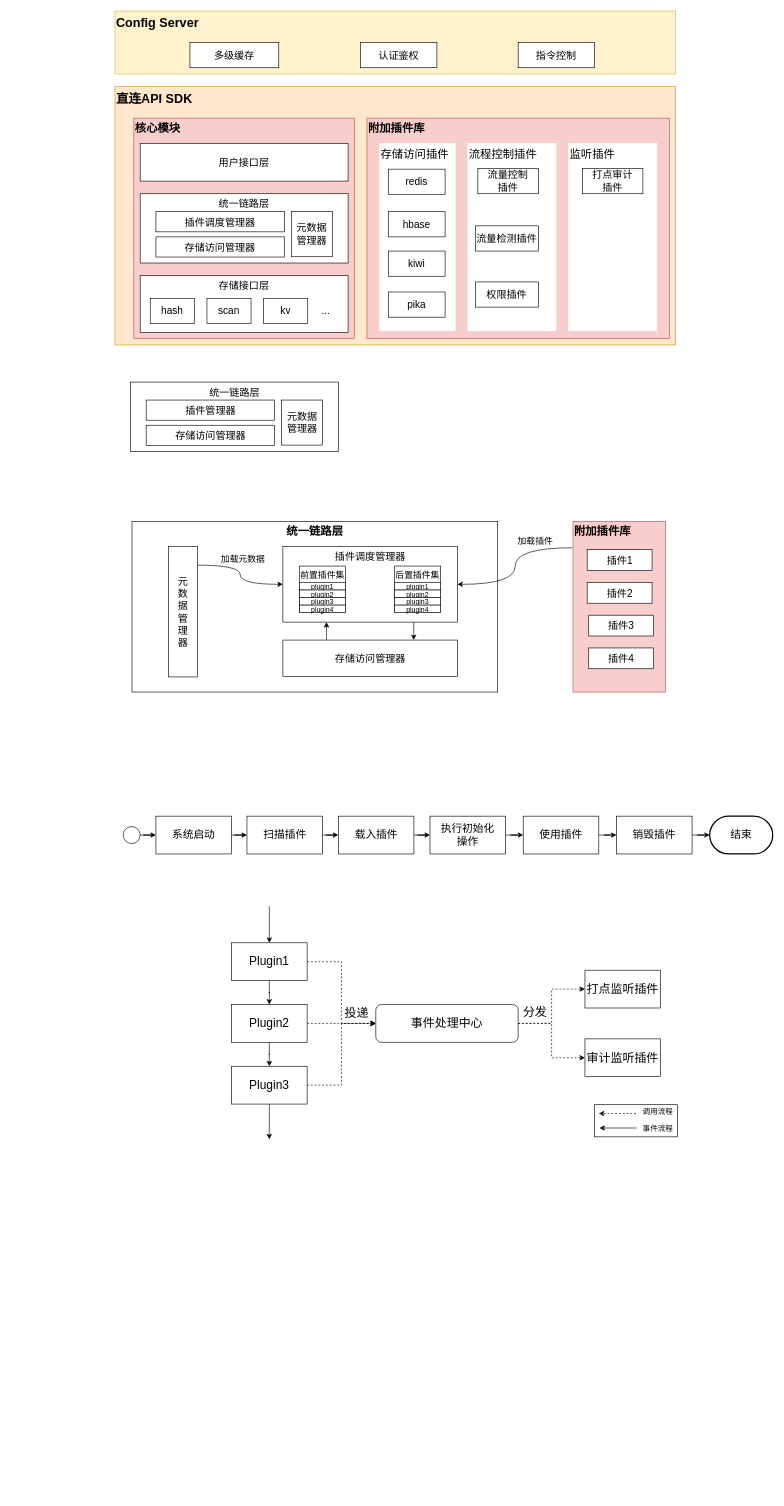
Above: 多模块设计.drawio in FlyThroughAir/DrawHere (draw.io), before the change. Source tidied: cells renumbered, new cells numbered last; positions are measured from the earlier drawing's top-left corner, leaving out a move shared by most shapes. Both pictures are drawn from the tidied source at 63%, with x=0, y=0 at pixel (115, 11).
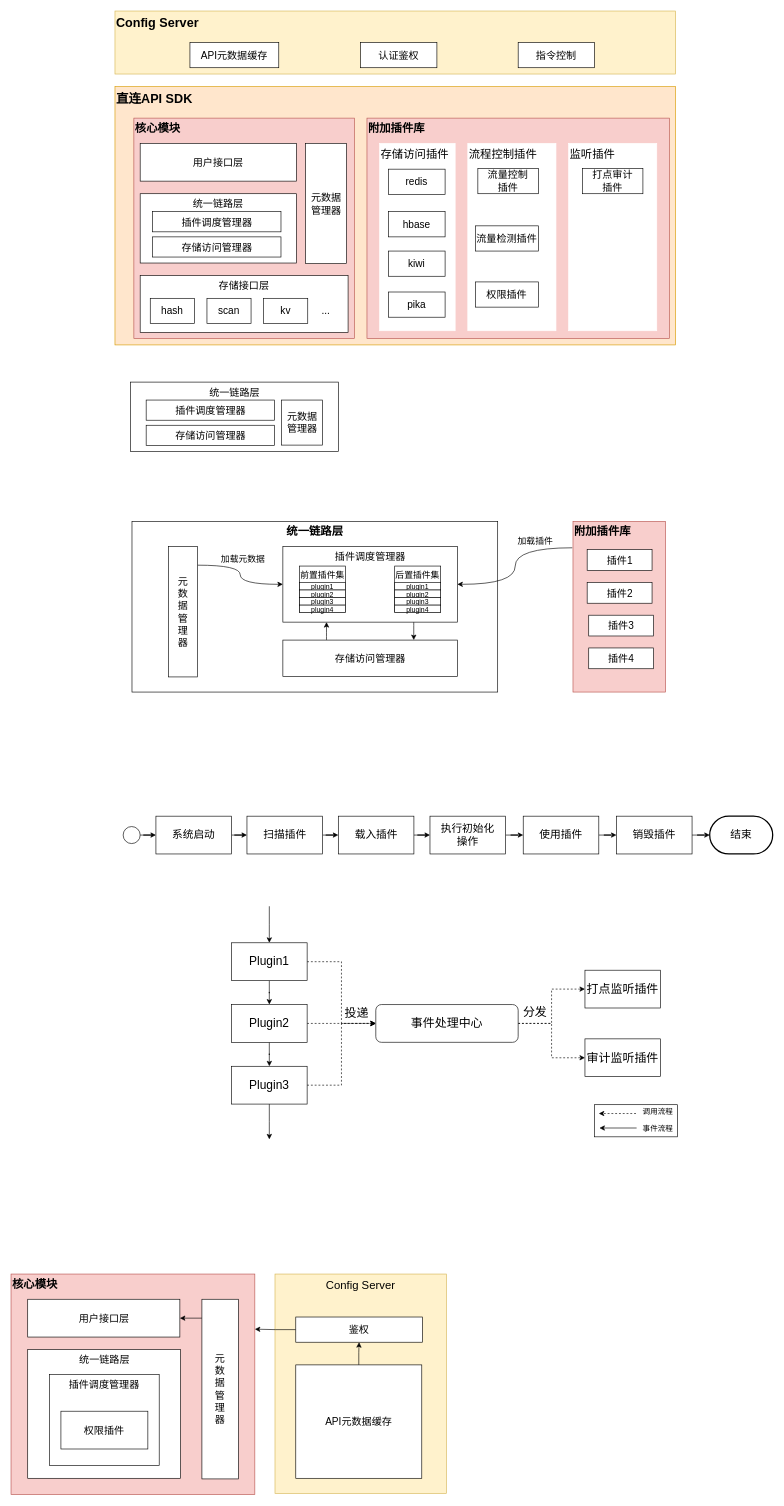
Above is the later version.

Commit message:
Update 多模块设计.drawio

Diff of the diagram source:
```diff
@@
     <mxCell id="5" value="统一链路层" style="rounded=0;whiteSpace=wrap;html=1;verticalAlign=top;fontSize=16;" parent="1" vertex="1">
-      <mxGeometry x="40" y="290" width="330" height="110" as="geometry" />
+      <mxGeometry x="40" y="290" width="248" height="110" as="geometry" />
     </mxCell>
@@
     <mxCell id="7" value="存储访问管理器" style="rounded=0;whiteSpace=wrap;html=1;fontSize=16;" parent="1" vertex="1">
-      <mxGeometry x="65" y="358.5" width="204" height="32" as="geometry" />
+      <mxGeometry x="59.5" y="358.5" width="204" height="32" as="geometry" />
     </mxCell>
     <mxCell id="8" value="用户接口层" style="rounded=0;whiteSpace=wrap;html=1;fontSize=16;" parent="1" vertex="1">
-      <mxGeometry x="40" y="210" width="330" height="60" as="geometry" />
+      <mxGeometry x="40" y="210" width="248" height="60" as="geometry" />
     </mxCell>
@@
     <mxCell id="21" value="插件调度管理器" style="rounded=0;whiteSpace=wrap;html=1;fontSize=16;" parent="1" vertex="1">
-      <mxGeometry x="65" y="318.5" width="204" height="32" as="geometry" />
+      <mxGeometry x="59.5" y="318.5" width="204" height="32" as="geometry" />
     </mxCell>
     <mxCell id="22" value="元数据&lt;br&gt;管理器" style="rounded=0;whiteSpace=wrap;html=1;fontSize=16;" parent="1" vertex="1">
-      <mxGeometry x="280" y="318.5" width="65" height="71.5" as="geometry" />
+      <mxGeometry x="302.5" y="210" width="65" height="191" as="geometry" />
     </mxCell>
@@
-    <mxCell id="27" value="多级缓存" style="rounded=0;whiteSpace=wrap;html=1;fontSize=16;" parent="1" vertex="1">
+    <mxCell id="27" value="API元数据缓存" style="rounded=0;whiteSpace=wrap;html=1;fontSize=16;" parent="1" vertex="1">
       <mxGeometry x="119" y="50" width="141" height="40" as="geometry" />
     </mxCell>
@@
-    <mxCell id="32" value="插件管理器" style="rounded=0;whiteSpace=wrap;html=1;fontSize=16;" parent="1" vertex="1">
+    <mxCell id="32" value="插件调度管理器" style="rounded=0;whiteSpace=wrap;html=1;fontSize=16;" parent="1" vertex="1">
       <mxGeometry x="49.5" y="617.5" width="204" height="32" as="geometry" />
     </mxCell>
@@
+    <mxCell id="96" value="&lt;font style=&quot;font-size: 18px&quot;&gt;Config Server&lt;/font&gt;" style="rounded=0;whiteSpace=wrap;html=1;fontSize=19;verticalAlign=top;fillColor=#fff2cc;strokeColor=#d6b656;" parent="1" vertex="1">
+      <mxGeometry x="254" y="2004.8" width="272" height="348.2" as="geometry" />
+    </mxCell>
+    <mxCell id="97" style="edgeStyle=orthogonalEdgeStyle;rounded=0;jettySize=auto;html=1;entryX=1;entryY=0.25;entryDx=0;entryDy=0;fontSize=18;startArrow=none;startFill=0;endArrow=classic;endFill=1;" parent="1" edge="1" source="98" target="101">
+      <mxGeometry relative="1" as="geometry" />
+    </mxCell>
+    <mxCell id="98" value="&lt;font style=&quot;font-size: 16px&quot;&gt;鉴权&lt;/font&gt;" style="rounded=0;whiteSpace=wrap;html=1;fontSize=19;" parent="1" vertex="1">
+      <mxGeometry x="287" y="2073" width="201" height="40" as="geometry" />
+    </mxCell>
+    <mxCell id="99" style="edgeStyle=orthogonalEdgeStyle;rounded=0;jettySize=auto;html=1;fontSize=18;startArrow=none;startFill=0;endArrow=classic;endFill=1;" parent="1" edge="1" source="100" target="98">
+      <mxGeometry relative="1" as="geometry" />
+    </mxCell>
+    <mxCell id="100" value="&lt;span style=&quot;font-size: 16px&quot;&gt;API元数据缓存&lt;/span&gt;" style="rounded=0;whiteSpace=wrap;html=1;fontSize=19;" parent="1" vertex="1">
+      <mxGeometry x="287" y="2149" width="200" height="180" as="geometry" />
+    </mxCell>
+    <mxCell id="101" value="核心模块" style="rounded=0;whiteSpace=wrap;html=1;verticalAlign=top;align=left;fontSize=18;fontStyle=1;fillColor=#f8cecc;strokeColor=#b85450;" parent="1" vertex="1">
+      <mxGeometry x="-165" y="2004.8" width="387" height="350" as="geometry" />
+    </mxCell>
+    <mxCell id="102" value="统一链路层" style="rounded=0;whiteSpace=wrap;html=1;verticalAlign=top;fontSize=16;" parent="1" vertex="1">
+      <mxGeometry x="-138.5" y="2124.8" width="242.5" height="204.2" as="geometry" />
+    </mxCell>
+    <mxCell id="103" value="用户接口层" style="rounded=0;whiteSpace=wrap;html=1;fontSize=16;" parent="1" vertex="1">
+      <mxGeometry x="-138.5" y="2044.8" width="241.5" height="60" as="geometry" />
+    </mxCell>
+    <mxCell id="104" style="edgeStyle=orthogonalEdgeStyle;rounded=0;jettySize=auto;html=1;entryX=1;entryY=0.5;entryDx=0;entryDy=0;fontSize=16;startArrow=none;startFill=0;endArrow=classic;endFill=1;" parent="1" edge="1" source="105" target="103">
+      <mxGeometry relative="1" as="geometry">
+        <Array as="points">
+          <mxPoint x="139" y="2075" />
+          <mxPoint x="139" y="2075" />
+        </Array>
+      </mxGeometry>
+    </mxCell>
+    <mxCell id="105" value="&lt;font style=&quot;font-size: 16px;&quot;&gt;元&lt;br style=&quot;font-size: 16px;&quot;&gt;数&lt;br style=&quot;font-size: 16px;&quot;&gt;据&lt;br style=&quot;font-size: 16px;&quot;&gt;管&lt;br style=&quot;font-size: 16px;&quot;&gt;理&lt;br style=&quot;font-size: 16px;&quot;&gt;器&lt;/font&gt;" style="rounded=0;whiteSpace=wrap;html=1;fontSize=16;" parent="1" vertex="1">
+      <mxGeometry x="138" y="2044.8" width="58" height="285.2" as="geometry" />
+    </mxCell>
+    <mxCell id="106" value="&lt;font style=&quot;font-size: 16px;&quot;&gt;插件调度管理器&lt;/font&gt;" style="rounded=0;whiteSpace=wrap;html=1;fontSize=16;verticalAlign=top;" parent="1" vertex="1">
+      <mxGeometry x="-103.8" y="2164" width="174" height="144.5" as="geometry" />
+    </mxCell>
+    <mxCell id="107" value="&lt;font style=&quot;font-size: 16px;&quot;&gt;权限插件&lt;/font&gt;" style="rounded=0;whiteSpace=wrap;html=1;fontSize=16;" parent="1" vertex="1">
+      <mxGeometry x="-85.8" y="2222.5" width="138" height="60" as="geometry" />
+    </mxCell>
```
